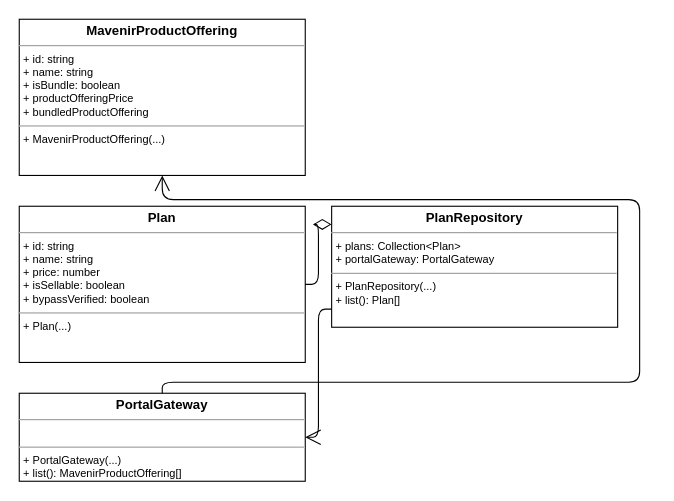
The draw.io diagram practices/clean_engineering/model/.examples/actual/from-drawio/to-drawio/plans/plans.drawio in abd-works/abd-context-driven-delivery, before the edit. Source tidied: cells renumbered, new cells numbered last; positions are measured from the earlier drawing's top-left corner, leaving out a move shared by most shapes. Both pictures are drawn from the tidied source at 110%, with x=0, y=0 at pixel (19, 19).
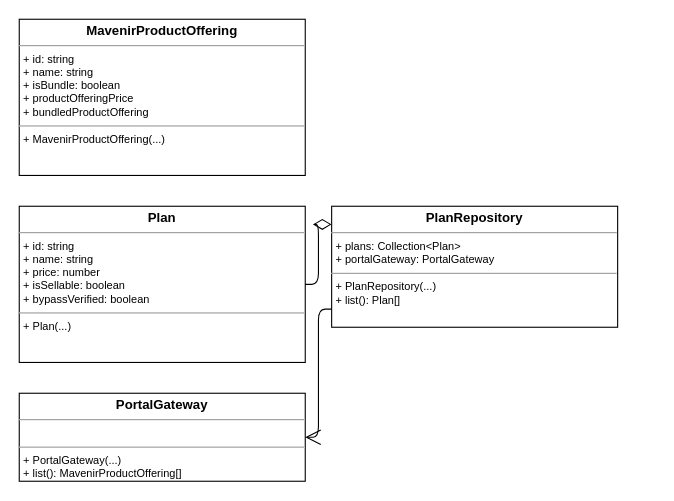
The same diagram, later.

Diff of the diagram source:
```diff
@@
 <mxGraphModel>
   <root>
     <mxCell id="0" />
     <mxCell id="1" parent="0" />
     <mxCell id="2" value="&lt;p style=&quot;margin:0px;margin-top:4px;text-align:center;&quot;&gt;&lt;b&gt;Plan&lt;/b&gt;&lt;/p&gt;&lt;hr size=&quot;1&quot;/&gt;&lt;p style=&quot;margin:0px;margin-left:4px;font-size:10px;&quot;&gt;+ id: string&lt;br/&gt;+ name: string&lt;br/&gt;+ price: number&lt;br/&gt;+ isSellable: boolean&lt;br/&gt;+ bypassVerified: boolean&lt;br/&gt;&lt;/p&gt;&lt;hr size=&quot;1&quot;/&gt;&lt;p style=&quot;margin:0px;margin-left:4px;font-size:10px;&quot;&gt;+ Plan(...)&lt;br/&gt;&lt;/p&gt;" style="verticalAlign=top;align=left;overflow=fill;fontSize=12;fontFamily=Helvetica;html=1;whiteSpace=wrap;" parent="1" vertex="1">
       <mxGeometry y="170" width="260" height="142" as="geometry" />
     </mxCell>
     <mxCell id="3" value="&lt;p style=&quot;margin:0px;margin-top:4px;text-align:center;&quot;&gt;&lt;b&gt;PlanRepository&lt;/b&gt;&lt;/p&gt;&lt;hr size=&quot;1&quot;/&gt;&lt;p style=&quot;margin:0px;margin-left:4px;font-size:10px;&quot;&gt;+ plans: Collection&amp;lt;Plan&amp;gt;&lt;br/&gt;+ portalGateway: PortalGateway&lt;br/&gt;&lt;/p&gt;&lt;hr size=&quot;1&quot;/&gt;&lt;p style=&quot;margin:0px;margin-left:4px;font-size:10px;&quot;&gt;+ PlanRepository(...)&lt;br/&gt;+ list(): Plan[]&lt;br/&gt;&lt;/p&gt;" style="verticalAlign=top;align=left;overflow=fill;fontSize=12;fontFamily=Helvetica;html=1;whiteSpace=wrap;" parent="1" vertex="1">
       <mxGeometry x="284" y="170" width="260" height="110" as="geometry" />
     </mxCell>
     <mxCell id="4" value="&lt;p style=&quot;margin:0px;margin-top:4px;text-align:center;&quot;&gt;&lt;b&gt;MavenirProductOffering&lt;/b&gt;&lt;/p&gt;&lt;hr size=&quot;1&quot;/&gt;&lt;p style=&quot;margin:0px;margin-left:4px;font-size:10px;&quot;&gt;+ id: string&lt;br/&gt;+ name: string&lt;br/&gt;+ isBundle: boolean&lt;br/&gt;+ productOfferingPrice&lt;br/&gt;+ bundledProductOffering&lt;br/&gt;&lt;/p&gt;&lt;hr size=&quot;1&quot;/&gt;&lt;p style=&quot;margin:0px;margin-left:4px;font-size:10px;&quot;&gt;+ MavenirProductOffering(...)&lt;br/&gt;&lt;/p&gt;" style="verticalAlign=top;align=left;overflow=fill;fontSize=12;fontFamily=Helvetica;html=1;whiteSpace=wrap;" parent="1" vertex="1">
       <mxGeometry width="260" height="142" as="geometry" />
     </mxCell>
     <mxCell id="5" value="&lt;p style=&quot;margin:0px;margin-top:4px;text-align:center;&quot;&gt;&lt;b&gt;PortalGateway&lt;/b&gt;&lt;/p&gt;&lt;hr size=&quot;1&quot;/&gt;&lt;p style=&quot;margin:0px;margin-left:4px;font-size:10px;&quot;&gt;&lt;br/&gt;&lt;/p&gt;&lt;hr size=&quot;1&quot;/&gt;&lt;p style=&quot;margin:0px;margin-left:4px;font-size:10px;&quot;&gt;+ PortalGateway(...)&lt;br/&gt;+ list(): MavenirProductOffering[]&lt;br/&gt;&lt;/p&gt;" style="verticalAlign=top;align=left;overflow=fill;fontSize=12;fontFamily=Helvetica;html=1;whiteSpace=wrap;" parent="1" vertex="1">
       <mxGeometry y="340" width="260" height="80" as="geometry" />
     </mxCell>
     <mxCell id="6" style="edgeStyle=orthogonalEdgeStyle;rounded=1;endArrow=none;html=1;startArrow=diamondThin;startFill=0;startSize=14;exitX=0.0;exitY=0.15;exitDx=0;exitDy=0;entryX=1.0;entryY=0.5;entryDx=0;entryDy=0;" parent="1" edge="1" source="3" target="2">
       <mxGeometry relative="1" as="geometry" />
     </mxCell>
-    <mxCell id="7" style="edgeStyle=orthogonalEdgeStyle;rounded=1;endArrow=open;endSize=12;html=1;exitX=0.5;exitY=0.0;exitDx=0;exitDy=0;entryX=0.5;entryY=1.0;entryDx=0;entryDy=0;" parent="1" edge="1" source="5" target="4">
-      <mxGeometry relative="1" as="geometry">
-        <Array as="points">
-          <mxPoint x="130" y="330" />
-          <mxPoint x="564" y="330" />
-          <mxPoint x="564" y="164" />
-          <mxPoint x="130" y="164" />
-        </Array>
-      </mxGeometry>
+    <mxCell id="7" style="edgeStyle=orthogonalEdgeStyle;rounded=1;endArrow=open;endSize=12;html=1;exitX=0.0;exitY=0.85;exitDx=0;exitDy=0;entryX=1.0;entryY=0.5;entryDx=0;entryDy=0;" parent="1" edge="1" source="3" target="5">
+      <mxGeometry relative="1" as="geometry" />
     </mxCell>
-    <mxCell id="8" style="edgeStyle=orthogonalEdgeStyle;rounded=1;endArrow=open;endSize=12;html=1;exitX=0.0;exitY=0.85;exitDx=0;exitDy=0;entryX=1.0;entryY=0.5;entryDx=0;entryDy=0;" parent="1" edge="1" source="3" target="5">
-      <mxGeometry relative="1" as="geometry" />
-    </mxCell>
   </root>
 </mxGraphModel>
```
